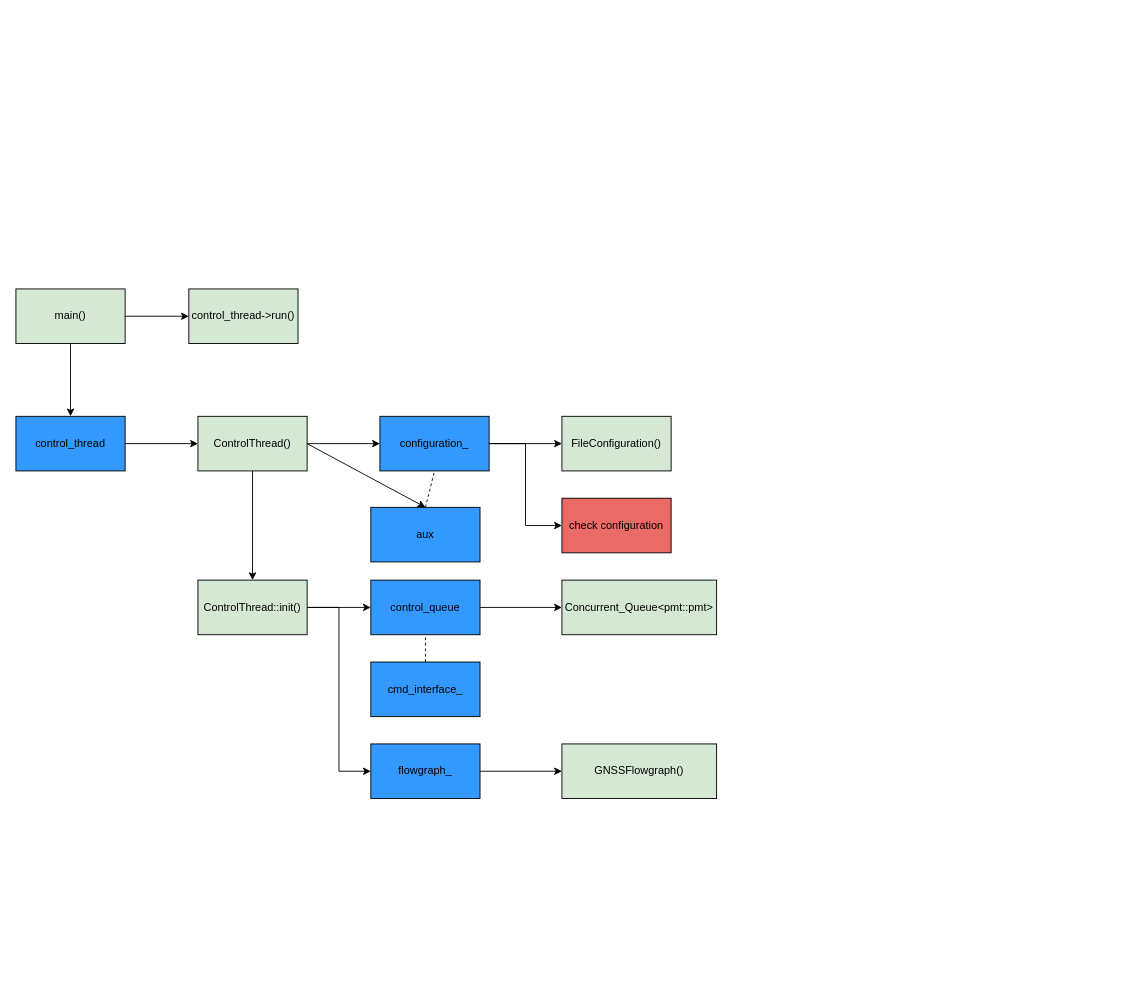
Mortarboard-H/gnss-sdr keeps this draw.io diagram as gnss-sdr-call.drawio. Above is the earlier version. Source tidied: cells renumbered, new cells numbered last; positions are measured from the earlier drawing's top-left corner, leaving out a move shared by most shapes. Both pictures are drawn from the tidied source at 91%, with x=0, y=0 at pixel (15, 288).
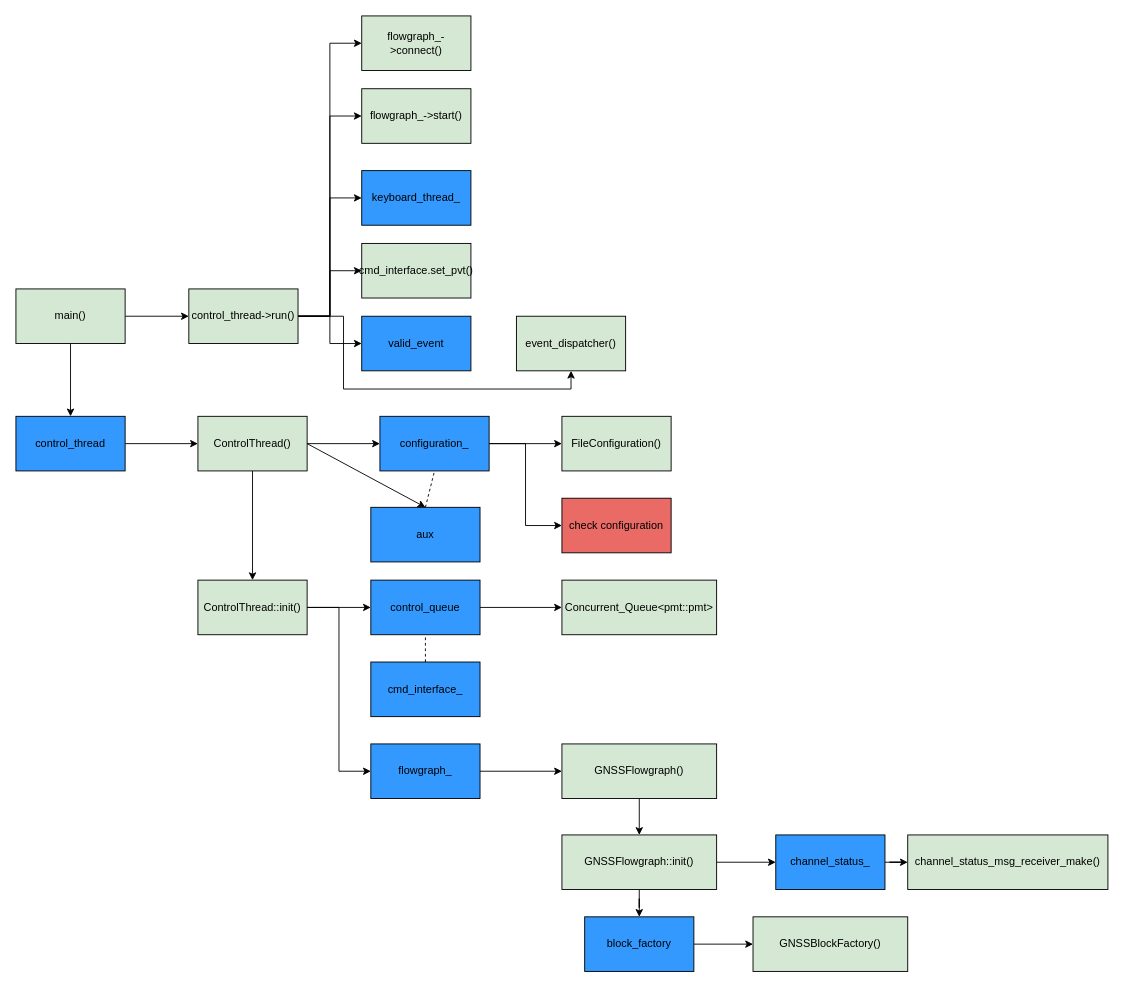
The same diagram, later.

The change refers to these unchanged cells:
```xml
<mxCell id="28" value="GNSSFlowgraph()" style="whiteSpace=wrap;html=1;rounded=0;fillColor=#D5E8D4;" parent="1" vertex="1">
  <mxGeometry x="600" y="500" width="170" height="60" as="geometry" />
</mxCell>
<mxCell id="29" value="control_thread-&amp;gt;run()" style="whiteSpace=wrap;html=1;rounded=0;fillColor=#D5E8D4;" parent="1" vertex="1">
  <mxGeometry x="190" width="120" height="60" as="geometry" />
</mxCell>
```

The edit, as a diff of the source:
```diff
@@
+    <mxCell id="30" style="edgeStyle=orthogonalEdgeStyle;rounded=0;jettySize=auto;html=1;entryX=0.5;entryY=0;entryDx=0;entryDy=0;" parent="1" edge="1" source="28" target="45">
+      <mxGeometry relative="1" as="geometry" />
+    </mxCell>
@@
+    <mxCell id="31" style="edgeStyle=orthogonalEdgeStyle;rounded=0;jettySize=auto;html=1;exitX=1;exitY=0.5;exitDx=0;exitDy=0;entryX=0;entryY=0.5;entryDx=0;entryDy=0;" parent="1" edge="1" source="29" target="37">
+      <mxGeometry relative="1" as="geometry" />
+    </mxCell>
+    <mxCell id="32" style="edgeStyle=orthogonalEdgeStyle;rounded=0;jettySize=auto;html=1;entryX=0;entryY=0.5;entryDx=0;entryDy=0;" parent="1" edge="1" source="29" target="38">
+      <mxGeometry relative="1" as="geometry" />
+    </mxCell>
+    <mxCell id="33" style="edgeStyle=orthogonalEdgeStyle;rounded=0;jettySize=auto;html=1;entryX=0;entryY=0.5;entryDx=0;entryDy=0;" parent="1" edge="1" source="29" target="39">
+      <mxGeometry relative="1" as="geometry" />
+    </mxCell>
+    <mxCell id="34" style="edgeStyle=orthogonalEdgeStyle;rounded=0;jettySize=auto;html=1;entryX=0;entryY=0.5;entryDx=0;entryDy=0;" parent="1" edge="1" source="29" target="40">
+      <mxGeometry relative="1" as="geometry" />
+    </mxCell>
+    <mxCell id="35" style="edgeStyle=orthogonalEdgeStyle;rounded=0;jettySize=auto;html=1;entryX=0;entryY=0.5;entryDx=0;entryDy=0;" parent="1" edge="1" source="29" target="41">
+      <mxGeometry relative="1" as="geometry" />
+    </mxCell>
+    <mxCell id="36" style="edgeStyle=orthogonalEdgeStyle;rounded=0;jettySize=auto;html=1;entryX=0.5;entryY=1;entryDx=0;entryDy=0;" parent="1" edge="1" source="29" target="42">
+      <mxGeometry relative="1" as="geometry">
+        <Array as="points">
+          <mxPoint x="360" y="30" />
+          <mxPoint x="360" y="110" />
+          <mxPoint x="610" y="110" />
+        </Array>
+      </mxGeometry>
+    </mxCell>
@@
+    <mxCell id="37" value="flowgraph_-&amp;gt;connect()" style="whiteSpace=wrap;html=1;rounded=0;fillColor=#D5E8D4;" parent="1" vertex="1">
+      <mxGeometry x="380" y="-300" width="120" height="60" as="geometry" />
+    </mxCell>
+    <mxCell id="38" value="flowgraph_-&amp;gt;start()" style="whiteSpace=wrap;html=1;rounded=0;fillColor=#D5E8D4;" parent="1" vertex="1">
+      <mxGeometry x="380" y="-220" width="120" height="60" as="geometry" />
+    </mxCell>
+    <mxCell id="39" value="keyboard_thread_" style="whiteSpace=wrap;html=1;rounded=0;strokeColor=#000000;fillColor=#3399FF;" parent="1" vertex="1">
+      <mxGeometry x="380" y="-130" width="120" height="60" as="geometry" />
+    </mxCell>
+    <mxCell id="40" value="cmd_interface.set_pvt()" style="whiteSpace=wrap;html=1;rounded=0;fillColor=#D5E8D4;" parent="1" vertex="1">
+      <mxGeometry x="380" y="-50" width="120" height="60" as="geometry" />
+    </mxCell>
+    <mxCell id="41" value="valid_event" style="whiteSpace=wrap;html=1;rounded=0;strokeColor=#000000;fillColor=#3399FF;" parent="1" vertex="1">
+      <mxGeometry x="380" y="30" width="120" height="60" as="geometry" />
+    </mxCell>
+    <mxCell id="42" value="event_dispatcher()" style="whiteSpace=wrap;html=1;rounded=0;fillColor=#D5E8D4;" parent="1" vertex="1">
+      <mxGeometry x="550" y="30" width="120" height="60" as="geometry" />
+    </mxCell>
+    <mxCell id="43" style="edgeStyle=orthogonalEdgeStyle;rounded=0;jettySize=auto;html=1;entryX=0.5;entryY=0;entryDx=0;entryDy=0;" parent="1" edge="1" source="45" target="47">
+      <mxGeometry relative="1" as="geometry" />
+    </mxCell>
+    <mxCell id="44" style="edgeStyle=orthogonalEdgeStyle;rounded=0;jettySize=auto;html=1;entryX=0;entryY=0.5;entryDx=0;entryDy=0;" parent="1" edge="1" source="45" target="50">
+      <mxGeometry relative="1" as="geometry" />
+    </mxCell>
+    <mxCell id="45" value="GNSSFlowgraph::init()" style="whiteSpace=wrap;html=1;rounded=0;fillColor=#D5E8D4;" parent="1" vertex="1">
+      <mxGeometry x="600" y="600" width="170" height="60" as="geometry" />
+    </mxCell>
+    <mxCell id="46" style="edgeStyle=orthogonalEdgeStyle;rounded=0;jettySize=auto;html=1;entryX=0;entryY=0.5;entryDx=0;entryDy=0;" parent="1" edge="1" source="47" target="48">
+      <mxGeometry relative="1" as="geometry" />
+    </mxCell>
+    <mxCell id="47" value="block_factory" style="whiteSpace=wrap;html=1;rounded=0;strokeColor=#000000;fillColor=#3399FF;" parent="1" vertex="1">
+      <mxGeometry x="625" y="690" width="120" height="60" as="geometry" />
+    </mxCell>
+    <mxCell id="48" value="GNSSBlockFactory()" style="whiteSpace=wrap;html=1;rounded=0;fillColor=#D5E8D4;" parent="1" vertex="1">
+      <mxGeometry x="810" y="690" width="170" height="60" as="geometry" />
+    </mxCell>
+    <mxCell id="49" style="edgeStyle=orthogonalEdgeStyle;rounded=0;jettySize=auto;html=1;entryX=0;entryY=0.5;entryDx=0;entryDy=0;" parent="1" edge="1" source="50" target="51">
+      <mxGeometry relative="1" as="geometry" />
+    </mxCell>
+    <mxCell id="50" value="channel_status_" style="whiteSpace=wrap;html=1;rounded=0;strokeColor=#000000;fillColor=#3399FF;" parent="1" vertex="1">
+      <mxGeometry x="835" y="600" width="120" height="60" as="geometry" />
+    </mxCell>
+    <mxCell id="51" value="channel_status_msg_receiver_make()" style="whiteSpace=wrap;html=1;rounded=0;fillColor=#D5E8D4;" parent="1" vertex="1">
+      <mxGeometry x="980" y="600" width="220" height="60" as="geometry" />
+    </mxCell>
```
